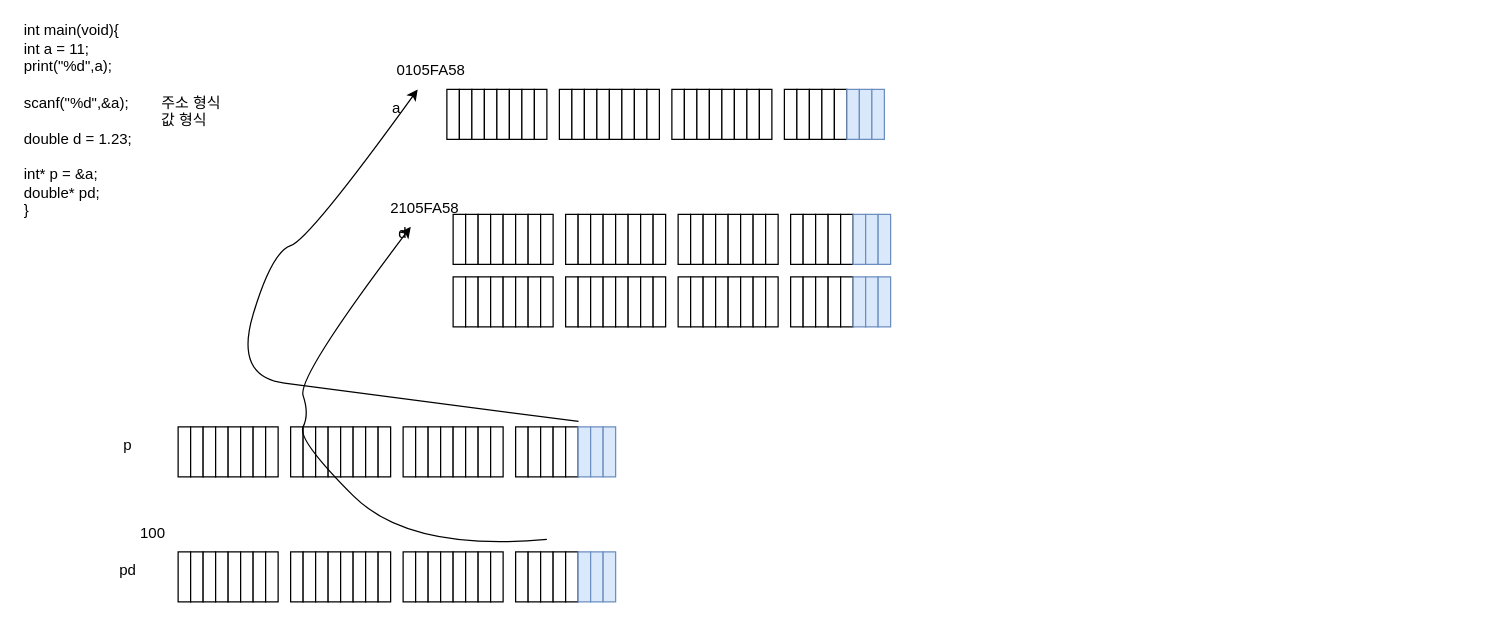
Before: Pointer.drawio in luke-youngmin-cho/Client_1st, a draw.io diagram. Source tidied: cells renumbered, new cells numbered last; positions are measured from the earlier drawing's top-left corner, leaving out a move shared by most shapes. Both pictures are drawn from the tidied source at 125%, with x=0, y=0 at pixel (21, 51).
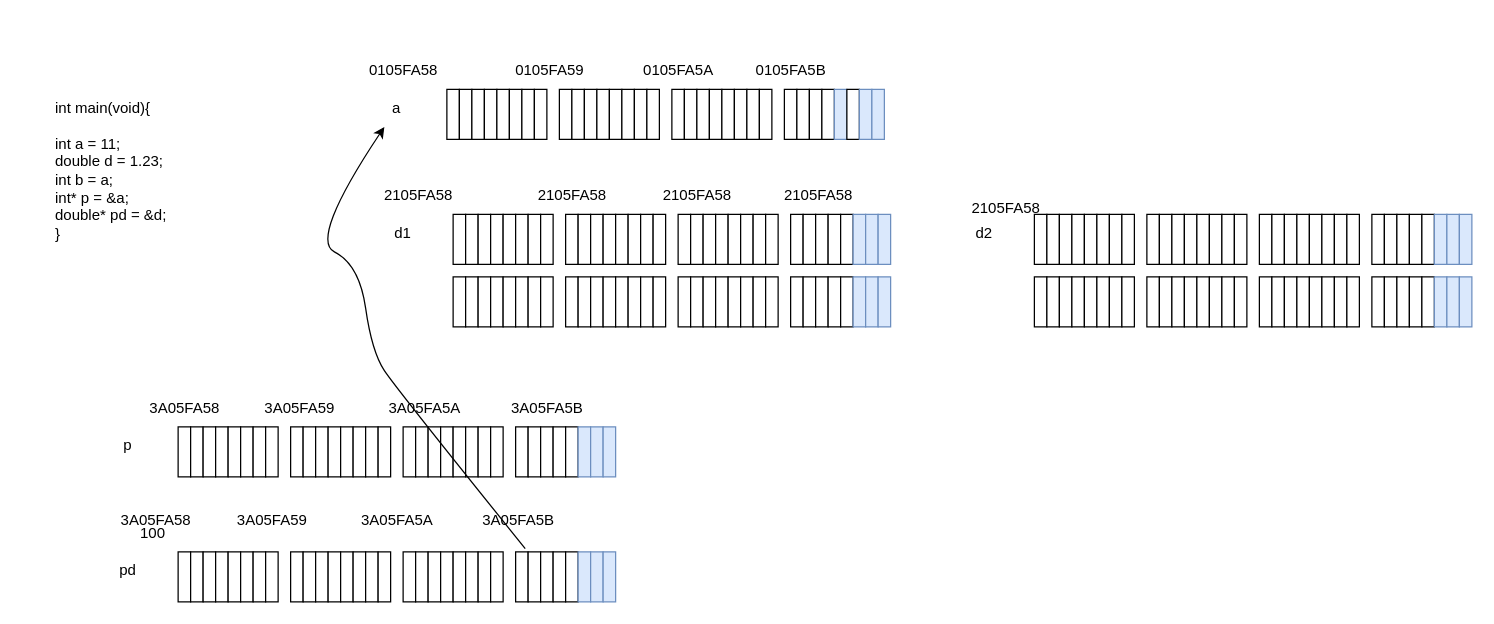
After the change.

The change refers to these unchanged cells:
```xml
<mxCell id="36" value="a" style="text;html=1;strokeColor=none;fillColor=none;align=center;verticalAlign=middle;whiteSpace=wrap;rounded=0;" parent="1" vertex="1">
  <mxGeometry x="270" y="30" width="60" height="30" as="geometry" />
</mxCell>
<mxCell id="131" style="rounded=0;whiteSpace=wrap;html=1;fillColor=#dae8fc;strokeColor=#6c8ebf;" parent="1" vertex="1">
  <mxGeometry x="445" y="300" width="10" height="40" as="geometry" />
</mxCell>
<mxCell id="161" style="rounded=0;whiteSpace=wrap;html=1;" parent="1" vertex="1">
  <mxGeometry x="405" y="400" width="10" height="40" as="geometry" />
</mxCell>
```

What changed in the source:
```diff
@@
-    <mxCell id="2" value="int main(void){&lt;br&gt;&lt;div&gt;&lt;span&gt;&lt;span&gt;&#9;&lt;/span&gt;int a = 11;&lt;/span&gt;&lt;/div&gt;&lt;div&gt;&lt;span&gt;&lt;span&gt;&#9;&lt;/span&gt;print(&quot;%d&quot;,a);&lt;br&gt;&lt;/span&gt;&lt;/div&gt;&lt;div&gt;&lt;span&gt;&lt;span&gt;&#9;&lt;/span&gt;&lt;br&gt;&lt;/span&gt;&lt;/div&gt;&lt;div&gt;&lt;span&gt;scanf(&quot;%d&quot;,&amp;amp;a);&amp;nbsp;&lt;span style=&quot;white-space: pre&quot;&gt;&#9;&lt;/span&gt;&amp;nbsp;주소 형식&lt;/span&gt;&lt;/div&gt;&lt;div&gt;&lt;span&gt;&lt;br&gt;&lt;/span&gt;&lt;/div&gt;&lt;div&gt;&lt;span&gt;double d = 1.23;&lt;/span&gt;&lt;/div&gt;&lt;div&gt;&lt;span&gt;&lt;br&gt;&lt;/span&gt;&lt;/div&gt;&lt;div&gt;int* p = &amp;amp;a;&lt;/div&gt;&lt;div&gt;double* pd;&lt;/div&gt;&lt;div&gt;&lt;span&gt;}&lt;/span&gt;&lt;/div&gt;" style="text;html=1;strokeColor=none;fillColor=none;align=left;verticalAlign=middle;whiteSpace=wrap;rounded=0;" parent="1" vertex="1">
-      <mxGeometry y="20" width="170" height="70" as="geometry" />
+    <mxCell id="2" value="int main(void){&lt;br&gt;&lt;div&gt;&lt;br&gt;&lt;/div&gt;&lt;div&gt;&lt;span&gt;int a = 11;&lt;/span&gt;&lt;br&gt;&lt;/div&gt;&lt;div&gt;&lt;span&gt;double d = 1.23;&lt;/span&gt;&lt;/div&gt;&lt;div&gt;&lt;span&gt;int b = a;&lt;/span&gt;&lt;/div&gt;&lt;div&gt;int* p = &amp;amp;a;&lt;/div&gt;&lt;div&gt;double* pd = &amp;amp;d;&lt;/div&gt;&lt;div&gt;&lt;span&gt;}&lt;/span&gt;&lt;/div&gt;" style="text;html=1;strokeColor=none;fillColor=none;align=left;verticalAlign=middle;whiteSpace=wrap;rounded=0;" parent="1" vertex="1">
+      <mxGeometry x="25" width="120" height="190" as="geometry" />
     </mxCell>
@@
-    <mxCell id="31" style="rounded=0;whiteSpace=wrap;html=1;" parent="1" vertex="1">
+    <mxCell id="31" style="rounded=0;whiteSpace=wrap;html=1;fillColor=#dae8fc;strokeColor=#6c8ebf;" parent="1" vertex="1">
       <mxGeometry x="650" y="30" width="10" height="40" as="geometry" />
     </mxCell>
-    <mxCell id="32" style="rounded=0;whiteSpace=wrap;html=1;fillColor=#dae8fc;strokeColor=#6c8ebf;" parent="1" vertex="1">
+    <mxCell id="32" style="rounded=0;whiteSpace=wrap;html=1;" parent="1" vertex="1">
       <mxGeometry x="660" y="30" width="10" height="40" as="geometry" />
     </mxCell>
@@
-    <mxCell id="35" value="값 형식" style="text;html=1;strokeColor=none;fillColor=none;align=center;verticalAlign=middle;whiteSpace=wrap;rounded=0;" parent="1" vertex="1">
-      <mxGeometry x="100" y="40" width="60" height="30" as="geometry" />
-    </mxCell>
@@
-    <mxCell id="69" value="d" style="text;html=1;strokeColor=none;fillColor=none;align=center;verticalAlign=middle;whiteSpace=wrap;rounded=0;" parent="1" vertex="1">
+    <mxCell id="69" value="d1" style="text;html=1;strokeColor=none;fillColor=none;align=center;verticalAlign=middle;whiteSpace=wrap;rounded=0;" parent="1" vertex="1">
       <mxGeometry x="275" y="130" width="60" height="30" as="geometry" />
     </mxCell>
@@
     <mxCell id="134" value="0105FA58" style="text;html=1;strokeColor=none;fillColor=none;align=center;verticalAlign=middle;whiteSpace=wrap;rounded=0;" parent="1" vertex="1">
-      <mxGeometry x="295" width="65" height="30" as="geometry" />
+      <mxGeometry x="272.5" width="65" height="30" as="geometry" />
     </mxCell>
@@
-    <mxCell id="170" style="curved=1;endArrow=classic;html=1;rounded=0;exitX=0.033;exitY=-0.108;exitDx=0;exitDy=0;exitPerimeter=0;" parent="1" edge="1" source="131" target="134">
+    <mxCell id="170" style="curved=1;endArrow=classic;html=1;rounded=0;exitX=-0.233;exitY=-0.067;exitDx=0;exitDy=0;exitPerimeter=0;" parent="1" edge="1" source="161" target="36">
       <mxGeometry relative="1" as="geometry">
         <Array as="points">
-          <mxPoint x="250" y="270" />
-          <mxPoint x="170" y="260" />
-          <mxPoint x="200" y="160" />
+          <mxPoint x="300" y="270" />
+          <mxPoint x="280" y="240" />
+          <mxPoint x="270" y="170" />
           <mxPoint x="230" y="150" />
         </Array>
       </mxGeometry>
     </mxCell>
     <mxCell id="171" value="2105FA58" style="text;html=1;strokeColor=none;fillColor=none;align=center;verticalAlign=middle;whiteSpace=wrap;rounded=0;" parent="1" vertex="1">
-      <mxGeometry x="290" y="110" width="65" height="30" as="geometry" />
+      <mxGeometry x="285" y="100" width="65" height="30" as="geometry" />
     </mxCell>
-    <mxCell id="172" style="curved=1;endArrow=classic;html=1;rounded=0;" parent="1" edge="1" target="171">
-      <mxGeometry relative="1" as="geometry">
-        <mxPoint x="420" y="390" as="sourcePoint" />
-        <Array as="points">
-          <mxPoint x="310" y="400" />
-          <mxPoint x="220" y="310" />
-          <mxPoint x="230" y="290" />
-          <mxPoint x="220" y="260" />
-        </Array>
-      </mxGeometry>
-    </mxCell>
+    <mxCell id="173" value="0105FA59" style="text;html=1;strokeColor=none;fillColor=none;align=center;verticalAlign=middle;whiteSpace=wrap;rounded=0;" parent="1" vertex="1">
+      <mxGeometry x="390" width="65" height="30" as="geometry" />
+    </mxCell>
+    <mxCell id="174" value="0105FA5A" style="text;html=1;strokeColor=none;fillColor=none;align=center;verticalAlign=middle;whiteSpace=wrap;rounded=0;" parent="1" vertex="1">
+      <mxGeometry x="492.5" width="65" height="30" as="geometry" />
+    </mxCell>
+    <mxCell id="175" value="0105FA5B" style="text;html=1;strokeColor=none;fillColor=none;align=center;verticalAlign=middle;whiteSpace=wrap;rounded=0;" parent="1" vertex="1">
+      <mxGeometry x="582.5" width="65" height="30" as="geometry" />
+    </mxCell>
+    <mxCell id="176" value="3A05FA58" style="text;html=1;strokeColor=none;fillColor=none;align=center;verticalAlign=middle;whiteSpace=wrap;rounded=0;" parent="1" vertex="1">
+      <mxGeometry x="97.5" y="270" width="65" height="30" as="geometry" />
+    </mxCell>
+    <mxCell id="177" value="3A05FA59" style="text;html=1;strokeColor=none;fillColor=none;align=center;verticalAlign=middle;whiteSpace=wrap;rounded=0;" parent="1" vertex="1">
+      <mxGeometry x="190" y="270" width="65" height="30" as="geometry" />
+    </mxCell>
+    <mxCell id="178" value="3A05FA5A" style="text;html=1;strokeColor=none;fillColor=none;align=center;verticalAlign=middle;whiteSpace=wrap;rounded=0;" parent="1" vertex="1">
+      <mxGeometry x="290" y="270" width="65" height="30" as="geometry" />
+    </mxCell>
+    <mxCell id="179" value="3A05FA5B" style="text;html=1;strokeColor=none;fillColor=none;align=center;verticalAlign=middle;whiteSpace=wrap;rounded=0;" parent="1" vertex="1">
+      <mxGeometry x="387.5" y="270" width="65" height="30" as="geometry" />
+    </mxCell>
+    <mxCell id="180" style="rounded=0;whiteSpace=wrap;html=1;" parent="1" vertex="1">
+      <mxGeometry x="900" y="130" width="10" height="40" as="geometry" />
+    </mxCell>
+    <mxCell id="181" style="rounded=0;whiteSpace=wrap;html=1;" parent="1" vertex="1">
+      <mxGeometry x="910" y="130" width="10" height="40" as="geometry" />
+    </mxCell>
+    <mxCell id="182" style="rounded=0;whiteSpace=wrap;html=1;" parent="1" vertex="1">
+      <mxGeometry x="920" y="130" width="10" height="40" as="geometry" />
+    </mxCell>
+    <mxCell id="183" style="rounded=0;whiteSpace=wrap;html=1;" parent="1" vertex="1">
+      <mxGeometry x="930" y="130" width="10" height="40" as="geometry" />
+    </mxCell>
+    <mxCell id="184" style="rounded=0;whiteSpace=wrap;html=1;" parent="1" vertex="1">
+      <mxGeometry x="940" y="130" width="10" height="40" as="geometry" />
+    </mxCell>
+    <mxCell id="185" style="rounded=0;whiteSpace=wrap;html=1;" parent="1" vertex="1">
+      <mxGeometry x="950" y="130" width="10" height="40" as="geometry" />
+    </mxCell>
+    <mxCell id="186" style="rounded=0;whiteSpace=wrap;html=1;" parent="1" vertex="1">
+      <mxGeometry x="960" y="130" width="10" height="40" as="geometry" />
+    </mxCell>
+    <mxCell id="187" style="rounded=0;whiteSpace=wrap;html=1;" parent="1" vertex="1">
+      <mxGeometry x="970" y="130" width="10" height="40" as="geometry" />
+    </mxCell>
+    <mxCell id="188" style="rounded=0;whiteSpace=wrap;html=1;" parent="1" vertex="1">
+      <mxGeometry x="990" y="130" width="10" height="40" as="geometry" />
+    </mxCell>
+    <mxCell id="189" style="rounded=0;whiteSpace=wrap;html=1;" parent="1" vertex="1">
+      <mxGeometry x="1000" y="130" width="10" height="40" as="geometry" />
+    </mxCell>
+    <mxCell id="190" style="rounded=0;whiteSpace=wrap;html=1;" parent="1" vertex="1">
+      <mxGeometry x="1010" y="130" width="10" height="40" as="geometry" />
+    </mxCell>
+    <mxCell id="191" style="rounded=0;whiteSpace=wrap;html=1;" parent="1" vertex="1">
+      <mxGeometry x="1020" y="130" width="10" height="40" as="geometry" />
+    </mxCell>
+    <mxCell id="192" style="rounded=0;whiteSpace=wrap;html=1;" parent="1" vertex="1">
+      <mxGeometry x="1030" y="130" width="10" height="40" as="geometry" />
+    </mxCell>
+    <mxCell id="193" style="rounded=0;whiteSpace=wrap;html=1;" parent="1" vertex="1">
+      <mxGeometry x="1040" y="130" width="10" height="40" as="geometry" />
+    </mxCell>
+    <mxCell id="194" style="rounded=0;whiteSpace=wrap;html=1;" parent="1" vertex="1">
+      <mxGeometry x="1050" y="130" width="10" height="40" as="geometry" />
+    </mxCell>
+    <mxCell id="195" style="rounded=0;whiteSpace=wrap;html=1;" parent="1" vertex="1">
+      <mxGeometry x="1060" y="130" width="10" height="40" as="geometry" />
+    </mxCell>
+    <mxCell id="196" style="rounded=0;whiteSpace=wrap;html=1;" parent="1" vertex="1">
+      <mxGeometry x="810" y="130" width="10" height="40" as="geometry" />
+    </mxCell>
+    <mxCell id="197" style="rounded=0;whiteSpace=wrap;html=1;" parent="1" vertex="1">
+      <mxGeometry x="820" y="130" width="10" height="40" as="geometry" />
+    </mxCell>
+    <mxCell id="198" style="rounded=0;whiteSpace=wrap;html=1;" parent="1" vertex="1">
+      <mxGeometry x="830" y="130" width="10" height="40" as="geometry" />
+    </mxCell>
+    <mxCell id="199" style="rounded=0;whiteSpace=wrap;html=1;" parent="1" vertex="1">
+      <mxGeometry x="840" y="130" width="10" height="40" as="geometry" />
+    </mxCell>
+    <mxCell id="200" style="rounded=0;whiteSpace=wrap;html=1;" parent="1" vertex="1">
+      <mxGeometry x="850" y="130" width="10" height="40" as="geometry" />
+    </mxCell>
+    <mxCell id="201" style="rounded=0;whiteSpace=wrap;html=1;" parent="1" vertex="1">
+      <mxGeometry x="860" y="130" width="10" height="40" as="geometry" />
+    </mxCell>
+    <mxCell id="202" style="rounded=0;whiteSpace=wrap;html=1;" parent="1" vertex="1">
+      <mxGeometry x="870" y="130" width="10" height="40" as="geometry" />
+    </mxCell>
+    <mxCell id="203" style="rounded=0;whiteSpace=wrap;html=1;" parent="1" vertex="1">
+      <mxGeometry x="880" y="130" width="10" height="40" as="geometry" />
+    </mxCell>
+    <mxCell id="204" style="rounded=0;whiteSpace=wrap;html=1;" parent="1" vertex="1">
+      <mxGeometry x="1080" y="130" width="10" height="40" as="geometry" />
+    </mxCell>
+    <mxCell id="205" style="rounded=0;whiteSpace=wrap;html=1;" parent="1" vertex="1">
+      <mxGeometry x="1090" y="130" width="10" height="40" as="geometry" />
+    </mxCell>
+    <mxCell id="206" style="rounded=0;whiteSpace=wrap;html=1;" parent="1" vertex="1">
+      <mxGeometry x="1100" y="130" width="10" height="40" as="geometry" />
+    </mxCell>
+    <mxCell id="207" style="rounded=0;whiteSpace=wrap;html=1;" parent="1" vertex="1">
+      <mxGeometry x="1110" y="130" width="10" height="40" as="geometry" />
+    </mxCell>
+    <mxCell id="208" style="rounded=0;whiteSpace=wrap;html=1;" parent="1" vertex="1">
+      <mxGeometry x="1120" y="130" width="10" height="40" as="geometry" />
+    </mxCell>
+    <mxCell id="209" style="rounded=0;whiteSpace=wrap;html=1;fillColor=#dae8fc;strokeColor=#6c8ebf;" parent="1" vertex="1">
+      <mxGeometry x="1130" y="130" width="10" height="40" as="geometry" />
+    </mxCell>
+    <mxCell id="210" style="rounded=0;whiteSpace=wrap;html=1;fillColor=#dae8fc;strokeColor=#6c8ebf;" parent="1" vertex="1">
+      <mxGeometry x="1140" y="130" width="10" height="40" as="geometry" />
+    </mxCell>
+    <mxCell id="211" style="rounded=0;whiteSpace=wrap;html=1;fillColor=#dae8fc;strokeColor=#6c8ebf;" parent="1" vertex="1">
+      <mxGeometry x="1150" y="130" width="10" height="40" as="geometry" />
+    </mxCell>
+    <mxCell id="212" value="d2" style="text;html=1;strokeColor=none;fillColor=none;align=center;verticalAlign=middle;whiteSpace=wrap;rounded=0;" parent="1" vertex="1">
+      <mxGeometry x="740" y="130" width="60" height="30" as="geometry" />
+    </mxCell>
+    <mxCell id="213" style="rounded=0;whiteSpace=wrap;html=1;" parent="1" vertex="1">
+      <mxGeometry x="900" y="180" width="10" height="40" as="geometry" />
+    </mxCell>
+    <mxCell id="214" style="rounded=0;whiteSpace=wrap;html=1;" parent="1" vertex="1">
+      <mxGeometry x="910" y="180" width="10" height="40" as="geometry" />
+    </mxCell>
+    <mxCell id="215" style="rounded=0;whiteSpace=wrap;html=1;" parent="1" vertex="1">
+      <mxGeometry x="920" y="180" width="10" height="40" as="geometry" />
+    </mxCell>
+    <mxCell id="216" style="rounded=0;whiteSpace=wrap;html=1;" parent="1" vertex="1">
+      <mxGeometry x="930" y="180" width="10" height="40" as="geometry" />
+    </mxCell>
+    <mxCell id="217" style="rounded=0;whiteSpace=wrap;html=1;" parent="1" vertex="1">
+      <mxGeometry x="940" y="180" width="10" height="40" as="geometry" />
+    </mxCell>
+    <mxCell id="218" style="rounded=0;whiteSpace=wrap;html=1;" parent="1" vertex="1">
+      <mxGeometry x="950" y="180" width="10" height="40" as="geometry" />
+    </mxCell>
+    <mxCell id="219" style="rounded=0;whiteSpace=wrap;html=1;" parent="1" vertex="1">
+      <mxGeometry x="960" y="180" width="10" height="40" as="geometry" />
+    </mxCell>
+    <mxCell id="220" style="rounded=0;whiteSpace=wrap;html=1;" parent="1" vertex="1">
+      <mxGeometry x="970" y="180" width="10" height="40" as="geometry" />
+    </mxCell>
+    <mxCell id="221" style="rounded=0;whiteSpace=wrap;html=1;" parent="1" vertex="1">
+      <mxGeometry x="990" y="180" width="10" height="40" as="geometry" />
+    </mxCell>
+    <mxCell id="222" style="rounded=0;whiteSpace=wrap;html=1;" parent="1" vertex="1">
+      <mxGeometry x="1000" y="180" width="10" height="40" as="geometry" />
+    </mxCell>
+    <mxCell id="223" style="rounded=0;whiteSpace=wrap;html=1;" parent="1" vertex="1">
+      <mxGeometry x="1010" y="180" width="10" height="40" as="geometry" />
+    </mxCell>
+    <mxCell id="224" style="rounded=0;whiteSpace=wrap;html=1;" parent="1" vertex="1">
+      <mxGeometry x="1020" y="180" width="10" height="40" as="geometry" />
+    </mxCell>
+    <mxCell id="225" style="rounded=0;whiteSpace=wrap;html=1;" parent="1" vertex="1">
+      <mxGeometry x="1030" y="180" width="10" height="40" as="geometry" />
+    </mxCell>
+    <mxCell id="226" style="rounded=0;whiteSpace=wrap;html=1;" parent="1" vertex="1">
+      <mxGeometry x="1040" y="180" width="10" height="40" as="geometry" />
+    </mxCell>
+    <mxCell id="227" style="rounded=0;whiteSpace=wrap;html=1;" parent="1" vertex="1">
+      <mxGeometry x="1050" y="180" width="10" height="40" as="geometry" />
+    </mxCell>
+    <mxCell id="228" style="rounded=0;whiteSpace=wrap;html=1;" parent="1" vertex="1">
+      <mxGeometry x="1060" y="180" width="10" height="40" as="geometry" />
+    </mxCell>
+    <mxCell id="229" style="rounded=0;whiteSpace=wrap;html=1;" parent="1" vertex="1">
+      <mxGeometry x="810" y="180" width="10" height="40" as="geometry" />
+    </mxCell>
+    <mxCell id="230" style="rounded=0;whiteSpace=wrap;html=1;" parent="1" vertex="1">
+      <mxGeometry x="820" y="180" width="10" height="40" as="geometry" />
+    </mxCell>
+    <mxCell id="231" style="rounded=0;whiteSpace=wrap;html=1;" parent="1" vertex="1">
+      <mxGeometry x="830" y="180" width="10" height="40" as="geometry" />
+    </mxCell>
+    <mxCell id="232" style="rounded=0;whiteSpace=wrap;html=1;" parent="1" vertex="1">
+      <mxGeometry x="840" y="180" width="10" height="40" as="geometry" />
+    </mxCell>
+    <mxCell id="233" style="rounded=0;whiteSpace=wrap;html=1;" parent="1" vertex="1">
+      <mxGeometry x="850" y="180" width="10" height="40" as="geometry" />
+    </mxCell>
+    <mxCell id="234" style="rounded=0;whiteSpace=wrap;html=1;" parent="1" vertex="1">
+      <mxGeometry x="860" y="180" width="10" height="40" as="geometry" />
+    </mxCell>
+    <mxCell id="235" style="rounded=0;whiteSpace=wrap;html=1;" parent="1" vertex="1">
+      <mxGeometry x="870" y="180" width="10" height="40" as="geometry" />
+    </mxCell>
+    <mxCell id="236" style="rounded=0;whiteSpace=wrap;html=1;" parent="1" vertex="1">
+      <mxGeometry x="880" y="180" width="10" height="40" as="geometry" />
+    </mxCell>
+    <mxCell id="237" style="rounded=0;whiteSpace=wrap;html=1;" parent="1" vertex="1">
+      <mxGeometry x="1080" y="180" width="10" height="40" as="geometry" />
+    </mxCell>
+    <mxCell id="238" style="rounded=0;whiteSpace=wrap;html=1;" parent="1" vertex="1">
+      <mxGeometry x="1090" y="180" width="10" height="40" as="geometry" />
+    </mxCell>
+    <mxCell id="239" style="rounded=0;whiteSpace=wrap;html=1;" parent="1" vertex="1">
+      <mxGeometry x="1100" y="180" width="10" height="40" as="geometry" />
+    </mxCell>
+    <mxCell id="240" style="rounded=0;whiteSpace=wrap;html=1;" parent="1" vertex="1">
+      <mxGeometry x="1110" y="180" width="10" height="40" as="geometry" />
+    </mxCell>
+    <mxCell id="241" style="rounded=0;whiteSpace=wrap;html=1;" parent="1" vertex="1">
+      <mxGeometry x="1120" y="180" width="10" height="40" as="geometry" />
+    </mxCell>
+    <mxCell id="242" style="rounded=0;whiteSpace=wrap;html=1;fillColor=#dae8fc;strokeColor=#6c8ebf;" parent="1" vertex="1">
+      <mxGeometry x="1130" y="180" width="10" height="40" as="geometry" />
+    </mxCell>
+    <mxCell id="243" style="rounded=0;whiteSpace=wrap;html=1;fillColor=#dae8fc;strokeColor=#6c8ebf;" parent="1" vertex="1">
+      <mxGeometry x="1140" y="180" width="10" height="40" as="geometry" />
+    </mxCell>
+    <mxCell id="244" style="rounded=0;whiteSpace=wrap;html=1;fillColor=#dae8fc;strokeColor=#6c8ebf;" parent="1" vertex="1">
+      <mxGeometry x="1150" y="180" width="10" height="40" as="geometry" />
+    </mxCell>
+    <mxCell id="245" value="2105FA58" style="text;html=1;strokeColor=none;fillColor=none;align=center;verticalAlign=middle;whiteSpace=wrap;rounded=0;" parent="1" vertex="1">
+      <mxGeometry x="755" y="110" width="65" height="30" as="geometry" />
+    </mxCell>
+    <mxCell id="246" value="3A05FA58" style="text;html=1;strokeColor=none;fillColor=none;align=center;verticalAlign=middle;whiteSpace=wrap;rounded=0;" parent="1" vertex="1">
+      <mxGeometry x="75" y="360" width="65" height="30" as="geometry" />
+    </mxCell>
+    <mxCell id="247" value="3A05FA59" style="text;html=1;strokeColor=none;fillColor=none;align=center;verticalAlign=middle;whiteSpace=wrap;rounded=0;" parent="1" vertex="1">
+      <mxGeometry x="167.5" y="360" width="65" height="30" as="geometry" />
+    </mxCell>
+    <mxCell id="248" value="3A05FA5A" style="text;html=1;strokeColor=none;fillColor=none;align=center;verticalAlign=middle;whiteSpace=wrap;rounded=0;" parent="1" vertex="1">
+      <mxGeometry x="267.5" y="360" width="65" height="30" as="geometry" />
+    </mxCell>
+    <mxCell id="249" value="3A05FA5B" style="text;html=1;strokeColor=none;fillColor=none;align=center;verticalAlign=middle;whiteSpace=wrap;rounded=0;" parent="1" vertex="1">
+      <mxGeometry x="365" y="360" width="65" height="30" as="geometry" />
+    </mxCell>
+    <mxCell id="250" value="2105FA58" style="text;html=1;strokeColor=none;fillColor=none;align=center;verticalAlign=middle;whiteSpace=wrap;rounded=0;" parent="1" vertex="1">
+      <mxGeometry x="407.5" y="100" width="65" height="30" as="geometry" />
+    </mxCell>
+    <mxCell id="251" value="2105FA58" style="text;html=1;strokeColor=none;fillColor=none;align=center;verticalAlign=middle;whiteSpace=wrap;rounded=0;" parent="1" vertex="1">
+      <mxGeometry x="507.5" y="100" width="65" height="30" as="geometry" />
+    </mxCell>
+    <mxCell id="252" value="2105FA58" style="text;html=1;strokeColor=none;fillColor=none;align=center;verticalAlign=middle;whiteSpace=wrap;rounded=0;" parent="1" vertex="1">
+      <mxGeometry x="605" y="100" width="65" height="30" as="geometry" />
+    </mxCell>
```
